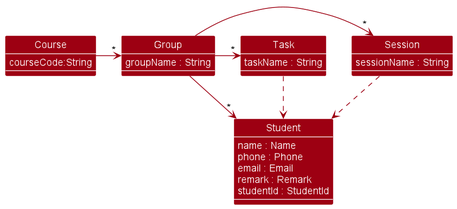
Above: docs/images/ObjectDependencyClassDiagram.png in nus-cs2103-AY2223S2/tp (PlantUML), before the change.
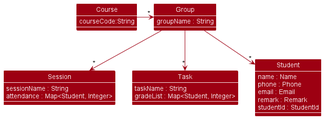
The same diagram one commit later.

Diff of the diagram source:
```diff
@@ -16,10 +16,12 @@
 
 class Session {
  sessionName : String
+ attendance : Map<Student, Integer>
 }
 
 class Task {
  taskName : String
+ gradeList : Map<Student, Integer>
 }
 
 class Student {
@@ -31,10 +33,8 @@
 }
 
 Course -> "*" Group
-Group -> "*" Student
-Group -> "*" Session
-Group -> "*" Task
-Task ..> Student
-Session ..> Student
+Group --> "*" Student
+Group --> "*" Session
+Group --> "*" Task
 
 @enduml
```
